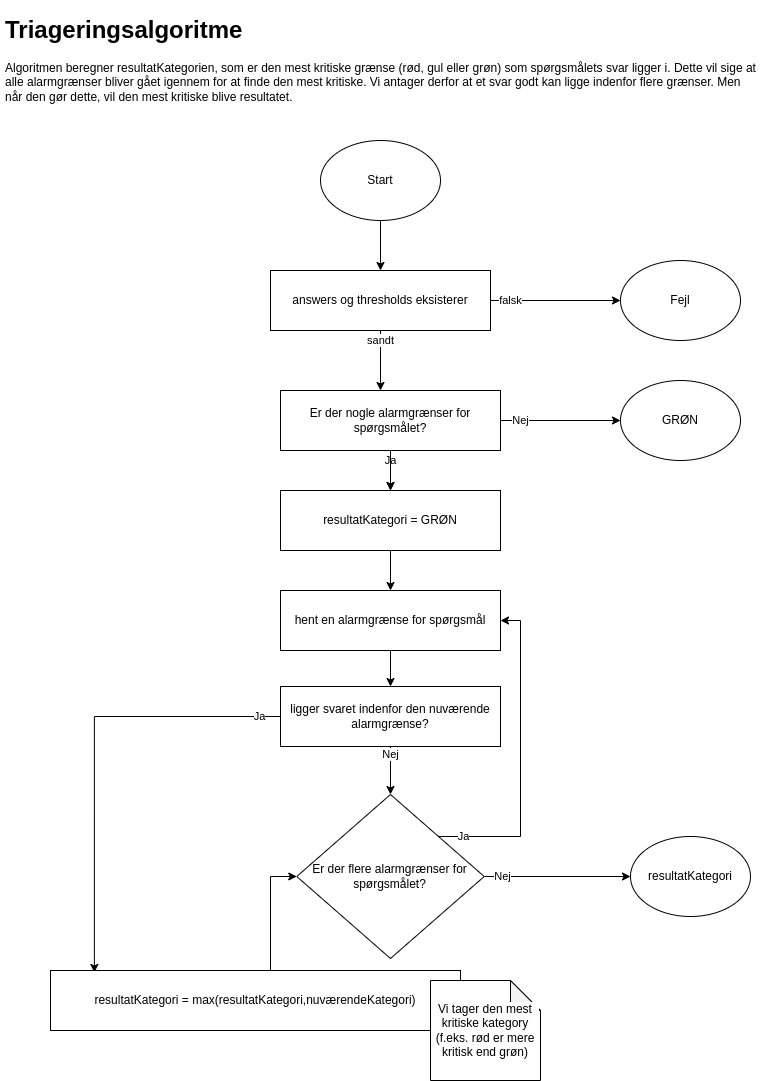
Above: images/triageringsalgorithm/triageringsalgorithm.png in KvalitetsIT/komo-documentation (draw.io), before the change. Source tidied: cells renumbered, new cells last; positions are measured from the earlier drawing's top-left corner, leaving out a move shared by most shapes. Source of this version:
```xml
<mxGraphModel>
  <root>
    <mxCell id="0" />
    <mxCell id="1" parent="0" />
    <mxCell id="2" style="edgeStyle=orthogonalEdgeStyle;rounded=0;jettySize=auto;html=1;fontColor=default;strokeColor=default;labelBackgroundColor=default;" parent="1" edge="1" source="3" target="6">
      <mxGeometry relative="1" as="geometry" />
    </mxCell>
    <mxCell id="3" value="Start" style="ellipse;whiteSpace=wrap;html=1;fontColor=default;strokeColor=default;fillColor=default;labelBackgroundColor=default;" parent="1" vertex="1">
      <mxGeometry x="320" y="130" width="120" height="80" as="geometry" />
    </mxCell>
    <mxCell id="4" value="falsk" style="edgeStyle=orthogonalEdgeStyle;rounded=0;jettySize=auto;html=1;fontColor=default;strokeColor=default;labelBackgroundColor=default;" parent="1" edge="1" source="6" target="7">
      <mxGeometry x="-0.69" relative="1" as="geometry" />
    </mxCell>
    <mxCell id="5" value="sandt" style="edgeStyle=orthogonalEdgeStyle;rounded=0;jettySize=auto;html=1;entryX=0.5;entryY=0;entryDx=0;entryDy=0;labelBackgroundColor=default;fontColor=default;strokeColor=default;" parent="1" edge="1" source="6">
      <mxGeometry x="-0.67" relative="1" as="geometry">
        <mxPoint x="380" y="380" as="targetPoint" />
      </mxGeometry>
    </mxCell>
    <mxCell id="6" value="answers og thresholds eksisterer" style="rounded=0;whiteSpace=wrap;html=1;fontColor=default;strokeColor=default;fillColor=default;labelBackgroundColor=default;" parent="1" vertex="1">
      <mxGeometry x="270" y="260" width="220" height="60" as="geometry" />
    </mxCell>
    <mxCell id="7" value="Fejl" style="ellipse;whiteSpace=wrap;html=1;fontColor=default;strokeColor=default;fillColor=default;labelBackgroundColor=default;" parent="1" vertex="1">
      <mxGeometry x="620" y="250" width="120" height="80" as="geometry" />
    </mxCell>
    <mxCell id="8" style="edgeStyle=orthogonalEdgeStyle;rounded=0;jettySize=auto;html=1;labelBackgroundColor=default;fontColor=default;strokeColor=default;" parent="1" edge="1" source="9" target="14">
      <mxGeometry relative="1" as="geometry" />
    </mxCell>
    <mxCell id="9" value="hent en alarmgrænse for spørgsmål" style="rounded=0;whiteSpace=wrap;html=1;fontColor=default;strokeColor=default;fillColor=default;labelBackgroundColor=default;" parent="1" vertex="1">
      <mxGeometry x="280" y="580" width="220" height="60" as="geometry" />
    </mxCell>
    <mxCell id="10" value="Nej" style="edgeStyle=orthogonalEdgeStyle;rounded=0;jettySize=auto;html=1;entryX=0;entryY=0.5;entryDx=0;entryDy=0;labelBackgroundColor=default;fontColor=default;strokeColor=default;" parent="1" edge="1" source="26" target="17">
      <mxGeometry x="-0.75" relative="1" as="geometry" />
    </mxCell>
    <mxCell id="11" value="Ja" style="edgeStyle=orthogonalEdgeStyle;rounded=0;jettySize=auto;html=1;entryX=1;entryY=0.5;entryDx=0;entryDy=0;labelBackgroundColor=default;fontColor=default;strokeColor=default;" parent="1" edge="1" source="26" target="9">
      <mxGeometry x="-0.84" relative="1" as="geometry">
        <Array as="points">
          <mxPoint x="520" y="826" />
          <mxPoint x="520" y="610" />
        </Array>
      </mxGeometry>
    </mxCell>
    <mxCell id="12" value="Ja" style="edgeStyle=orthogonalEdgeStyle;rounded=0;jettySize=auto;html=1;labelBackgroundColor=default;fontColor=default;strokeColor=default;entryX=0.107;entryY=0.033;entryDx=0;entryDy=0;entryPerimeter=0;" parent="1" edge="1" source="14" target="16">
      <mxGeometry x="-0.91" relative="1" as="geometry">
        <Array as="points">
          <mxPoint x="94" y="706" />
        </Array>
      </mxGeometry>
    </mxCell>
    <mxCell id="13" value="Nej" style="edgeStyle=orthogonalEdgeStyle;rounded=0;jettySize=auto;html=1;entryX=0.5;entryY=0;entryDx=0;entryDy=0;labelBackgroundColor=default;fontColor=default;strokeColor=default;" parent="1" edge="1" source="14" target="26">
      <mxGeometry x="-0.67" relative="1" as="geometry" />
    </mxCell>
    <mxCell id="14" value="ligger svaret indenfor den nuværende alarmgrænse?" style="rounded=0;whiteSpace=wrap;html=1;fontColor=default;strokeColor=default;fillColor=default;labelBackgroundColor=default;" parent="1" vertex="1">
      <mxGeometry x="280" y="676" width="220" height="60" as="geometry" />
    </mxCell>
    <mxCell id="15" style="edgeStyle=orthogonalEdgeStyle;rounded=0;jettySize=auto;html=1;entryX=0;entryY=0.5;entryDx=0;entryDy=0;labelBackgroundColor=default;fontColor=default;strokeColor=default;" parent="1" edge="1" source="16" target="26">
      <mxGeometry relative="1" as="geometry">
        <Array as="points">
          <mxPoint x="270" y="866" />
        </Array>
      </mxGeometry>
    </mxCell>
    <mxCell id="16" value="resultatKategori&amp;nbsp;= max(resultatKategori,nuværendeKategori)" style="rounded=0;whiteSpace=wrap;html=1;fontColor=default;strokeColor=default;fillColor=default;labelBackgroundColor=default;" parent="1" vertex="1">
      <mxGeometry x="50" y="960" width="410" height="60" as="geometry" />
    </mxCell>
    <mxCell id="17" value="resultatKategori" style="ellipse;whiteSpace=wrap;html=1;fontColor=default;strokeColor=default;fillColor=default;labelBackgroundColor=default;" parent="1" vertex="1">
      <mxGeometry x="630" y="826" width="120" height="80" as="geometry" />
    </mxCell>
    <mxCell id="18" value="&lt;h1&gt;Triageringsalgoritme&lt;/h1&gt;&lt;p&gt;Algoritmen beregner resultatKategorien, som er den mest kritiske grænse (rød, gul eller grøn) som spørgsmålets svar ligger i. Dette vil sige at alle alarmgrænser bliver gået igennem for at finde den mest kritiske. Vi antager derfor at et svar godt kan ligge indenfor flere grænser. Men når den gør dette, vil den mest kritiske blive resultatet.&lt;/p&gt;&lt;p&gt;&lt;br&gt;&lt;/p&gt;&lt;p&gt;&quot;grænser&quot; = Alarmgrænser&lt;/p&gt;" style="text;html=1;strokeColor=none;fillColor=none;spacing=5;spacingTop=-20;whiteSpace=wrap;overflow=hidden;rounded=0;fontColor=default;labelBackgroundColor=none;" parent="1" vertex="1">
      <mxGeometry width="760" height="120" as="geometry" />
    </mxCell>
    <mxCell id="19" value="Nej" style="edgeStyle=orthogonalEdgeStyle;rounded=0;jettySize=auto;html=1;labelBackgroundColor=default;fontColor=default;strokeColor=default;" parent="1" edge="1" source="22" target="23">
      <mxGeometry x="-0.67" relative="1" as="geometry" />
    </mxCell>
    <mxCell id="20" value="Ja" style="edgeStyle=orthogonalEdgeStyle;rounded=0;jettySize=auto;html=1;entryX=0.5;entryY=0;entryDx=0;entryDy=0;labelBackgroundColor=default;fontColor=default;strokeColor=default;" parent="1" edge="1" source="22" target="25">
      <mxGeometry x="-0.5" relative="1" as="geometry" />
    </mxCell>
    <mxCell id="21" style="edgeStyle=orthogonalEdgeStyle;rounded=0;jettySize=auto;html=1;labelBackgroundColor=default;fontColor=default;strokeColor=default;" parent="1" edge="1" source="22" target="25">
      <mxGeometry relative="1" as="geometry" />
    </mxCell>
    <mxCell id="22" value="Er der nogle alarmgrænser for spørgsmålet?" style="rounded=0;whiteSpace=wrap;html=1;fontColor=default;strokeColor=default;fillColor=default;labelBackgroundColor=default;" parent="1" vertex="1">
      <mxGeometry x="280" y="380" width="220" height="60" as="geometry" />
    </mxCell>
    <mxCell id="23" value="GRØN" style="ellipse;whiteSpace=wrap;html=1;fontColor=default;strokeColor=default;fillColor=default;labelBackgroundColor=default;" parent="1" vertex="1">
      <mxGeometry x="620" y="370" width="120" height="80" as="geometry" />
    </mxCell>
    <mxCell id="24" style="edgeStyle=orthogonalEdgeStyle;rounded=0;jettySize=auto;html=1;labelBackgroundColor=default;fontColor=default;strokeColor=default;" parent="1" edge="1" source="25" target="9">
      <mxGeometry relative="1" as="geometry" />
    </mxCell>
    <mxCell id="25" value="resultatKategori = GRØN" style="rounded=0;whiteSpace=wrap;html=1;fontColor=default;strokeColor=default;fillColor=default;labelBackgroundColor=default;" parent="1" vertex="1">
      <mxGeometry x="280" y="480" width="220" height="60" as="geometry" />
    </mxCell>
    <mxCell id="26" value="Er der flere alarmgrænser for spørgsmålet?" style="rhombus;whiteSpace=wrap;html=1;fontColor=default;strokeColor=default;fillColor=default;labelBackgroundColor=none;" parent="1" vertex="1">
      <mxGeometry x="296.3" y="784" width="187.4" height="164" as="geometry" />
    </mxCell>
    <mxCell id="27" value="&lt;span style=&quot;font-family: helvetica; font-size: 12px; font-style: normal; font-weight: 400; letter-spacing: normal; text-align: center; text-indent: 0px; text-transform: none; word-spacing: 0px; display: inline; float: none;&quot;&gt;Vi tager den mest kritiske kategory (f.eks. rød er mere kritisk end grøn)&lt;/span&gt;" style="shape=note;whiteSpace=wrap;html=1;backgroundOutline=1;darkOpacity=0.05;labelBackgroundColor=default;fontColor=default;strokeColor=default;fillColor=default;" parent="1" vertex="1">
      <mxGeometry x="430" y="970" width="110" height="100" as="geometry" />
    </mxCell>
  </root>
</mxGraphModel>
```
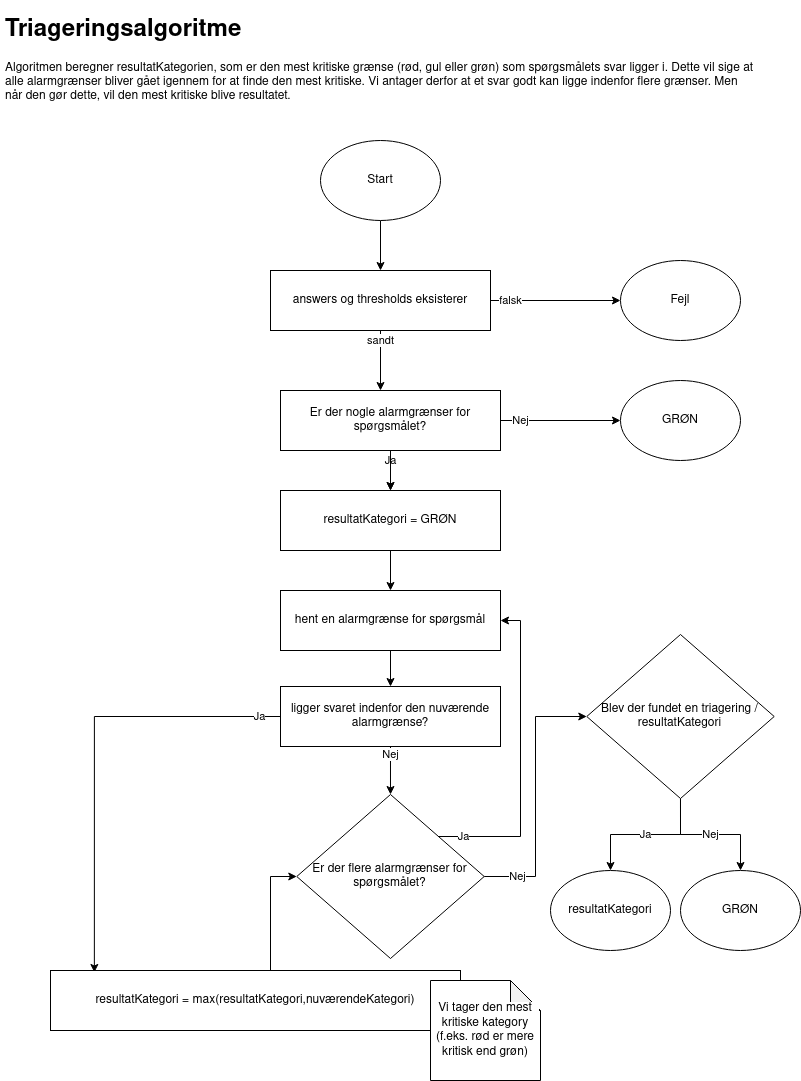
The same diagram one commit later.

The edit, as a diff of the source:
```diff
@@ -28,7 +28,7 @@
     <mxCell id="9" value="hent en alarmgrænse for spørgsmål" style="rounded=0;whiteSpace=wrap;html=1;fontColor=default;strokeColor=default;fillColor=default;labelBackgroundColor=default;" parent="1" vertex="1">
       <mxGeometry x="280" y="580" width="220" height="60" as="geometry" />
     </mxCell>
-    <mxCell id="10" value="Nej" style="edgeStyle=orthogonalEdgeStyle;rounded=0;jettySize=auto;html=1;entryX=0;entryY=0.5;entryDx=0;entryDy=0;labelBackgroundColor=default;fontColor=default;strokeColor=default;" parent="1" edge="1" source="26" target="17">
+    <mxCell id="10" value="Nej" style="edgeStyle=orthogonalEdgeStyle;rounded=0;jettySize=auto;html=1;entryX=0;entryY=0.5;entryDx=0;entryDy=0;labelBackgroundColor=default;fontColor=default;strokeColor=default;" parent="1" edge="1" source="26" target="31">
       <mxGeometry x="-0.75" relative="1" as="geometry" />
     </mxCell>
     <mxCell id="11" value="Ja" style="edgeStyle=orthogonalEdgeStyle;rounded=0;jettySize=auto;html=1;entryX=1;entryY=0.5;entryDx=0;entryDy=0;labelBackgroundColor=default;fontColor=default;strokeColor=default;" parent="1" edge="1" source="26" target="9">
@@ -63,12 +63,12 @@
       <mxGeometry x="50" y="960" width="410" height="60" as="geometry" />
     </mxCell>
     <mxCell id="17" value="resultatKategori" style="ellipse;whiteSpace=wrap;html=1;fontColor=default;strokeColor=default;fillColor=default;labelBackgroundColor=default;" parent="1" vertex="1">
-      <mxGeometry x="630" y="826" width="120" height="80" as="geometry" />
+      <mxGeometry x="550" y="860" width="120" height="80" as="geometry" />
     </mxCell>
     <mxCell id="18" value="&lt;h1&gt;Triageringsalgoritme&lt;/h1&gt;&lt;p&gt;Algoritmen beregner resultatKategorien, som er den mest kritiske grænse (rød, gul eller grøn) som spørgsmålets svar ligger i. Dette vil sige at alle alarmgrænser bliver gået igennem for at finde den mest kritiske. Vi antager derfor at et svar godt kan ligge indenfor flere grænser. Men når den gør dette, vil den mest kritiske blive resultatet.&lt;/p&gt;&lt;p&gt;&lt;br&gt;&lt;/p&gt;&lt;p&gt;&quot;grænser&quot; = Alarmgrænser&lt;/p&gt;" style="text;html=1;strokeColor=none;fillColor=none;spacing=5;spacingTop=-20;whiteSpace=wrap;overflow=hidden;rounded=0;fontColor=default;labelBackgroundColor=none;" parent="1" vertex="1">
       <mxGeometry width="760" height="120" as="geometry" />
     </mxCell>
-    <mxCell id="19" value="Nej" style="edgeStyle=orthogonalEdgeStyle;rounded=0;jettySize=auto;html=1;labelBackgroundColor=default;fontColor=default;strokeColor=default;" parent="1" edge="1" source="22" target="23">
+    <mxCell id="19" value="Nej" style="edgeStyle=orthogonalEdgeStyle;rounded=0;jettySize=auto;html=1;labelBackgroundColor=default;fontColor=default;strokeColor=default;" parent="1" edge="1" source="22" target="28">
       <mxGeometry x="-0.67" relative="1" as="geometry" />
     </mxCell>
     <mxCell id="20" value="Ja" style="edgeStyle=orthogonalEdgeStyle;rounded=0;jettySize=auto;html=1;entryX=0.5;entryY=0;entryDx=0;entryDy=0;labelBackgroundColor=default;fontColor=default;strokeColor=default;" parent="1" edge="1" source="22" target="25">
@@ -80,9 +80,9 @@
     <mxCell id="22" value="Er der nogle alarmgrænser for spørgsmålet?" style="rounded=0;whiteSpace=wrap;html=1;fontColor=default;strokeColor=default;fillColor=default;labelBackgroundColor=default;" parent="1" vertex="1">
       <mxGeometry x="280" y="380" width="220" height="60" as="geometry" />
     </mxCell>
-    <mxCell id="23" value="GRØN" style="ellipse;whiteSpace=wrap;html=1;fontColor=default;strokeColor=default;fillColor=default;labelBackgroundColor=default;" parent="1" vertex="1">
-      <mxGeometry x="620" y="370" width="120" height="80" as="geometry" />
-    </mxCell>
+    <mxCell id="28" value="GRØN" style="ellipse;whiteSpace=wrap;html=1;fontColor=default;strokeColor=default;fillColor=default;labelBackgroundColor=default;" parent="1" vertex="1">
+      <mxGeometry x="620" y="370" width="120" height="80" as="geometry" />
+    </mxCell>
     <mxCell id="24" style="edgeStyle=orthogonalEdgeStyle;rounded=0;jettySize=auto;html=1;labelBackgroundColor=default;fontColor=default;strokeColor=default;" parent="1" edge="1" source="25" target="9">
       <mxGeometry relative="1" as="geometry" />
     </mxCell>
@@ -95,5 +95,17 @@
     <mxCell id="27" value="&lt;span style=&quot;font-family: helvetica; font-size: 12px; font-style: normal; font-weight: 400; letter-spacing: normal; text-align: center; text-indent: 0px; text-transform: none; word-spacing: 0px; display: inline; float: none;&quot;&gt;Vi tager den mest kritiske kategory (f.eks. rød er mere kritisk end grøn)&lt;/span&gt;" style="shape=note;whiteSpace=wrap;html=1;backgroundOutline=1;darkOpacity=0.05;labelBackgroundColor=default;fontColor=default;strokeColor=default;fillColor=default;" parent="1" vertex="1">
       <mxGeometry x="430" y="970" width="110" height="100" as="geometry" />
     </mxCell>
+    <mxCell id="29" value="Ja" style="edgeStyle=orthogonalEdgeStyle;rounded=0;jettySize=auto;html=1;exitX=0.5;exitY=1;exitDx=0;exitDy=0;entryX=0.5;entryY=0;entryDx=0;entryDy=0;" parent="1" edge="1" source="31" target="17">
+      <mxGeometry relative="1" as="geometry" />
+    </mxCell>
+    <mxCell id="30" value="Nej" style="edgeStyle=orthogonalEdgeStyle;rounded=0;jettySize=auto;html=1;exitX=0.5;exitY=1;exitDx=0;exitDy=0;" parent="1" edge="1" source="31" target="32">
+      <mxGeometry relative="1" as="geometry" />
+    </mxCell>
+    <mxCell id="31" value="Blev der fundet en triagering / resultatKategori" style="rhombus;whiteSpace=wrap;html=1;fontColor=default;strokeColor=default;fillColor=default;labelBackgroundColor=none;" parent="1" vertex="1">
+      <mxGeometry x="586.3" y="624" width="187.4" height="164" as="geometry" />
+    </mxCell>
+    <mxCell id="32" value="GRØN" style="ellipse;whiteSpace=wrap;html=1;fontColor=default;strokeColor=default;fillColor=default;labelBackgroundColor=default;" parent="1" vertex="1">
+      <mxGeometry x="680" y="860" width="120" height="80" as="geometry" />
+    </mxCell>
   </root>
 </mxGraphModel>
```
